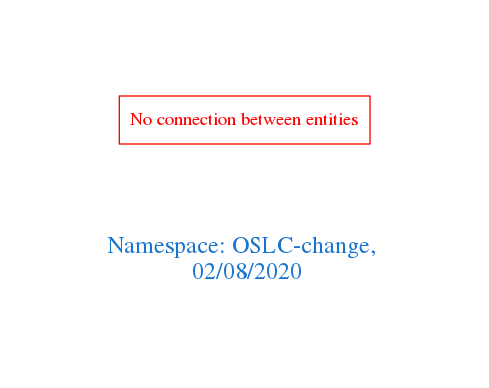
Above: downloads/OSLC-change.png in arago/OGIT (Graphviz), before the change. Its source is kept beside it as downloads/OSLC-change.dot.
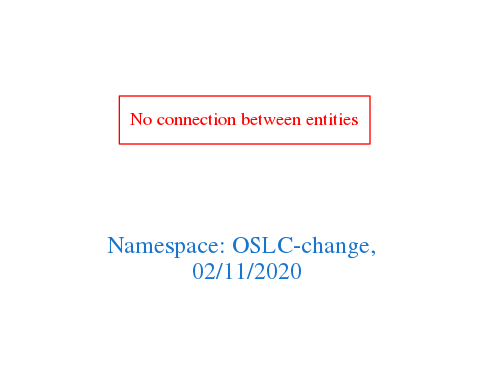
After the change.

Diff of the diagram source:
```diff
@@ -1,7 +1,7 @@
 digraph OGIT_ontology {
  graph [ rankdir= LR,pad=1
 fontsize = 18,
-fontcolor= dodgerblue3,label = "\n\n\nNamespace: OSLC-change, \n 02/08/2020"];
+fontcolor= dodgerblue3,label = "\n\n\nNamespace: OSLC-change, \n 02/11/2020"];
 node[shape=polygon];
 edge [  color="gray81"];
 
```
